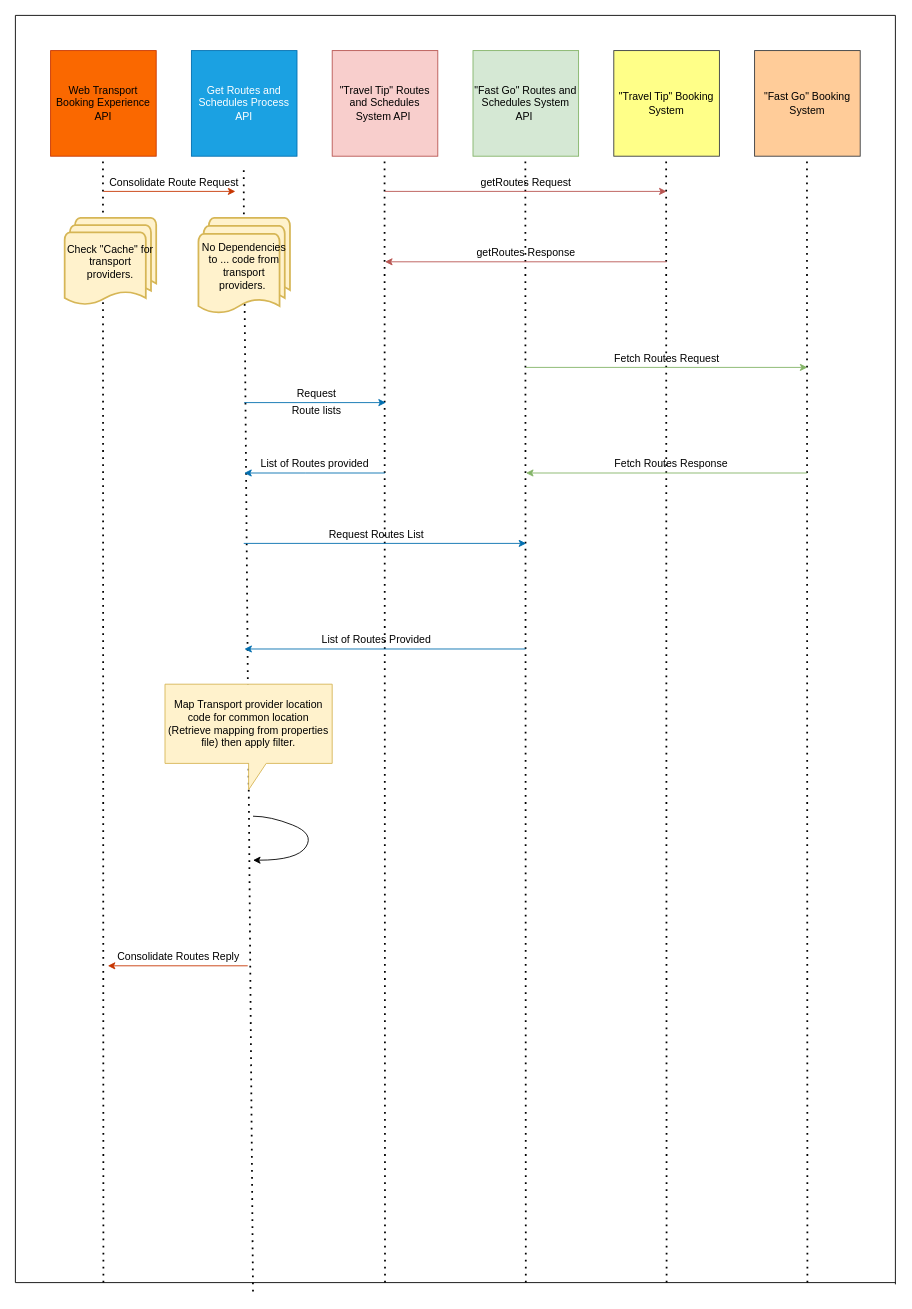
This is Web App Sequence Diagram.drawio from busugu2018/TripEasy, a draw.io file, before an edit. Source tidied: cells renumbered, new cells numbered last; positions are measured from the earlier drawing's top-left corner, leaving out a move shared by most shapes. Both pictures are drawn from the tidied source at 88%, with x=0, y=0 at pixel (15, 15).
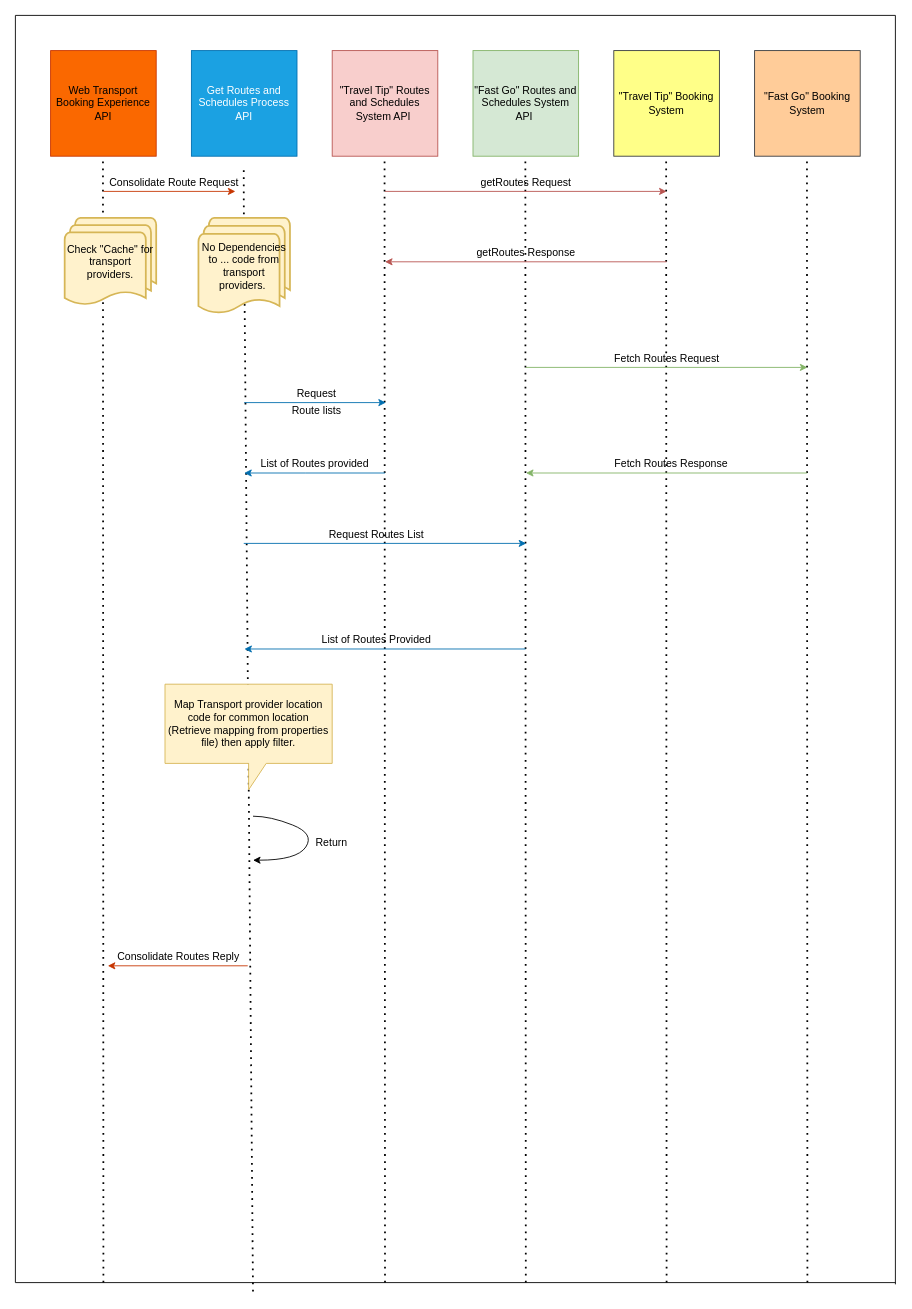
After the change.

What changed in the source:
```diff
@@
+    <mxCell id="43" value="Return" style="text;html=1;align=center;verticalAlign=middle;strokeColor=none;fillColor=none;" parent="1" vertex="1">
+      <mxGeometry x="334" y="930" width="50" height="20" as="geometry" />
+    </mxCell>
```
